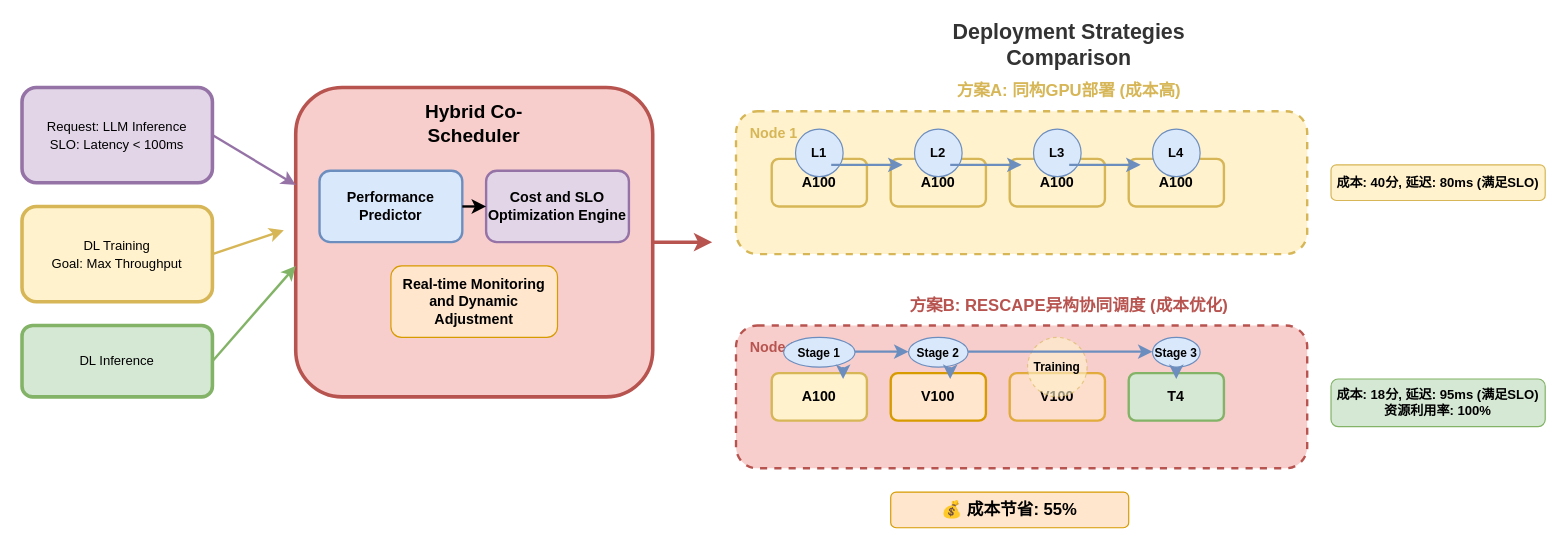
Above: drawio_figs/buaa_proposal/研究技术路线1.4.drawio in Jinghao-coding/paperstudy (draw.io), before the change. Source tidied: cells renumbered, new cells numbered last; positions are measured from the earlier drawing's top-left corner, leaving out a move shared by most shapes. Both pictures are drawn from the tidied source at 119%, with x=0, y=0 at pixel (21, 27).
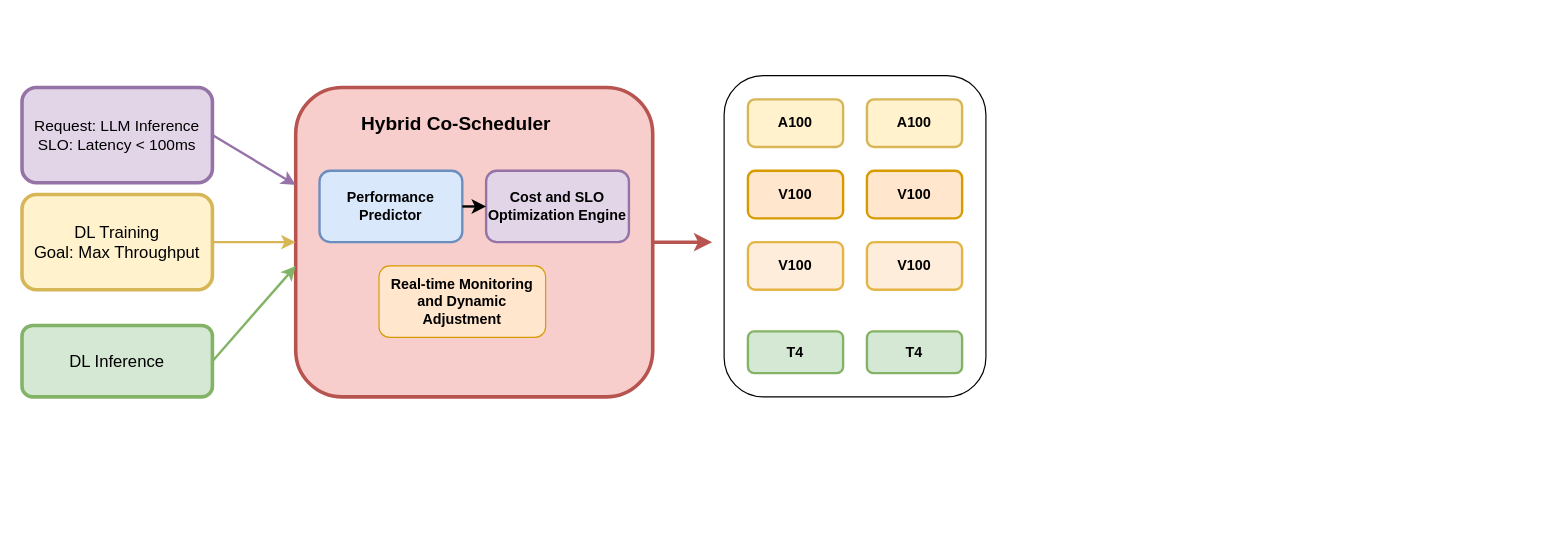
After the change.

Commit message:
已添加 研究技术路线1.4.drawio

Change to the diagram source:
```diff
@@
+    <mxCell id="49" style="rounded=1;whiteSpace=wrap;html=1;" parent="1" vertex="1">
+      <mxGeometry x="590" y="40" width="220" height="270" as="geometry" />
+    </mxCell>
-    <mxCell id="2" value="&lt;span style=&quot;font-size: 11px; text-align: left;&quot;&gt;Request: LLM Inference&lt;/span&gt;&lt;br style=&quot;font-size: 11px; text-align: left;&quot;&gt;&lt;span style=&quot;font-size: 11px; text-align: left;&quot;&gt;SLO: Latency &amp;lt; 100ms&lt;/span&gt;" style="rounded=1;whiteSpace=wrap;html=1;fillColor=#e1d5e7;strokeColor=#9673a6;strokeWidth=3;" parent="1" vertex="1">
+    <mxCell id="2" value="&lt;font style=&quot;font-size: 13px;&quot;&gt;&lt;span style=&quot;text-align: left;&quot;&gt;Request: LLM Inference&lt;/span&gt;&lt;br style=&quot;text-align: left;&quot;&gt;&lt;span style=&quot;text-align: left;&quot;&gt;SLO: Latency &amp;lt; 100ms&lt;/span&gt;&lt;/font&gt;" style="rounded=1;whiteSpace=wrap;html=1;fillColor=#e1d5e7;strokeColor=#9673a6;strokeWidth=3;" parent="1" vertex="1">
       <mxGeometry y="50" width="160" height="80" as="geometry" />
     </mxCell>
-    <mxCell id="3" value="&lt;span style=&quot;font-size: 11px; text-align: left;&quot;&gt;DL Training&lt;/span&gt;&lt;br style=&quot;font-size: 11px; text-align: left;&quot;&gt;&lt;span style=&quot;font-size: 11px; text-align: left;&quot;&gt;Goal: Max Throughput&lt;/span&gt;" style="rounded=1;whiteSpace=wrap;html=1;fillColor=#fff2cc;strokeColor=#d6b656;strokeWidth=3;" parent="1" vertex="1">
-      <mxGeometry y="150" width="160" height="80" as="geometry" />
+    <mxCell id="3" value="&lt;font style=&quot;font-size: 14px;&quot;&gt;&lt;span style=&quot;text-align: left;&quot;&gt;DL Training&lt;/span&gt;&lt;br style=&quot;text-align: left;&quot;&gt;&lt;span style=&quot;text-align: left;&quot;&gt;Goal: Max Throughput&lt;/span&gt;&lt;/font&gt;" style="rounded=1;whiteSpace=wrap;html=1;fillColor=#fff2cc;strokeColor=#d6b656;strokeWidth=3;" parent="1" vertex="1">
+      <mxGeometry y="140" width="160" height="80" as="geometry" />
     </mxCell>
-    <mxCell id="4" value="&lt;span style=&quot;font-size: 11px; text-align: left;&quot;&gt;DL Inference&lt;/span&gt;" style="rounded=1;whiteSpace=wrap;html=1;fillColor=#d5e8d4;strokeColor=#82b366;strokeWidth=3;" parent="1" vertex="1">
+    <mxCell id="4" value="&lt;span style=&quot;text-align: left;&quot;&gt;&lt;font style=&quot;font-size: 14px;&quot;&gt;DL Inference&lt;/font&gt;&lt;/span&gt;" style="rounded=1;whiteSpace=wrap;html=1;fillColor=#d5e8d4;strokeColor=#82b366;strokeWidth=3;" parent="1" vertex="1">
       <mxGeometry y="250" width="160" height="60" as="geometry" />
     </mxCell>
-    <mxCell id="5" style="rounded=1;whiteSpace=wrap;html=1;fillColor=#f8cecc;strokeColor=#b85450;strokeWidth=3;" parent="1" vertex="1">
-      <mxGeometry x="230" y="50" width="300" height="260" as="geometry" />
-    </mxCell>
+    <mxCell id="50" style="rounded=1;whiteSpace=wrap;html=1;fillColor=#f8cecc;strokeColor=#b85450;strokeWidth=3;" parent="1" vertex="1">
+      <mxGeometry x="230" y="50" width="300" height="260" as="geometry" />
+    </mxCell>
     <mxCell id="6" value="Hybrid Co-Scheduler" style="text;html=1;strokeColor=none;fillColor=none;align=center;verticalAlign=middle;whiteSpace=wrap;rounded=0;fontSize=16;fontStyle=1;" parent="1" vertex="1">
-      <mxGeometry x="300" y="60" width="160" height="40" as="geometry" />
+      <mxGeometry x="270" y="60" width="190" height="40" as="geometry" />
     </mxCell>
@@
-    <mxCell id="10" style="endArrow=classic;html=1;rounded=0;exitX=1;exitY=0.5;exitDx=0;exitDy=0;strokeWidth=2;strokeColor=#9673a6;" parent="1" edge="1" source="2">
-      <mxGeometry relative="1" as="geometry">
-        <mxPoint x="230" y="132" as="targetPoint" />
-      </mxGeometry>
-    </mxCell>
-    <mxCell id="11" style="endArrow=classic;html=1;rounded=0;exitX=1;exitY=0.5;exitDx=0;exitDy=0;strokeWidth=2;strokeColor=#d6b656;" parent="1" edge="1" source="3">
-      <mxGeometry relative="1" as="geometry">
-        <mxPoint x="220" y="170" as="targetPoint" />
-      </mxGeometry>
-    </mxCell>
-    <mxCell id="12" style="endArrow=classic;html=1;rounded=0;exitX=1;exitY=0.5;exitDx=0;exitDy=0;strokeWidth=2;strokeColor=#82b366;" parent="1" edge="1" source="4">
-      <mxGeometry relative="1" as="geometry">
-        <mxPoint x="230" y="200" as="targetPoint" />
-      </mxGeometry>
-    </mxCell>
+    <mxCell id="51" style="endArrow=classic;html=1;rounded=0;exitX=1;exitY=0.5;exitDx=0;exitDy=0;strokeWidth=2;strokeColor=#9673a6;" parent="1" edge="1" source="2">
+      <mxGeometry relative="1" as="geometry">
+        <mxPoint x="230" y="132" as="targetPoint" />
+      </mxGeometry>
+    </mxCell>
+    <mxCell id="52" style="endArrow=classic;html=1;rounded=0;exitX=1;exitY=0.5;exitDx=0;exitDy=0;strokeWidth=2;strokeColor=#d6b656;entryX=0;entryY=0.5;entryDx=0;entryDy=0;" parent="1" edge="1" source="3" target="50">
+      <mxGeometry relative="1" as="geometry" />
+    </mxCell>
+    <mxCell id="53" style="endArrow=classic;html=1;rounded=0;exitX=1;exitY=0.5;exitDx=0;exitDy=0;strokeWidth=2;strokeColor=#82b366;" parent="1" edge="1" source="4">
+      <mxGeometry relative="1" as="geometry">
+        <mxPoint x="230" y="200" as="targetPoint" />
+      </mxGeometry>
+    </mxCell>
     <mxCell id="13" value="Real-time Monitoring and Dynamic Adjustment" style="text;html=1;strokeColor=#d79b00;fillColor=#ffe6cc;align=center;verticalAlign=middle;whiteSpace=wrap;rounded=1;fontSize=12;fontStyle=1;" parent="1" vertex="1">
-      <mxGeometry x="310" y="200" width="140" height="60" as="geometry" />
+      <mxGeometry x="300" y="200" width="140" height="60" as="geometry" />
     </mxCell>
-    <mxCell id="14" style="endArrow=classic;html=1;rounded=0;exitX=1;exitY=0.5;exitDx=0;exitDy=0;strokeWidth=3;strokeColor=#b85450;" parent="1" edge="1" source="5">
-      <mxGeometry relative="1" as="geometry">
-        <mxPoint x="580" y="180" as="targetPoint" />
-      </mxGeometry>
-    </mxCell>
-    <mxCell id="15" value="Deployment Strategies Comparison" style="text;html=1;strokeColor=none;fillColor=none;align=center;verticalAlign=middle;whiteSpace=wrap;rounded=0;fontSize=18;fontStyle=1;fontColor=#333333;" parent="1" vertex="1">
-      <mxGeometry x="730" width="300" height="30" as="geometry" />
-    </mxCell>
-    <mxCell id="16" value="方案A: 同构GPU部署 (成本高)" style="text;html=1;strokeColor=none;fillColor=none;align=center;verticalAlign=middle;whiteSpace=wrap;rounded=0;fontSize=14;fontStyle=1;fontColor=#D6B656;" parent="1" vertex="1">
-      <mxGeometry x="730" y="40" width="300" height="25" as="geometry" />
-    </mxCell>
-    <mxCell id="17" style="rounded=1;whiteSpace=wrap;html=1;fillColor=#fff2cc;strokeColor=#d6b656;strokeWidth=2;dashed=1;" parent="1" vertex="1">
-      <mxGeometry x="600" y="70" width="480" height="120" as="geometry" />
-    </mxCell>
-    <mxCell id="18" value="Node 1" style="text;html=1;strokeColor=none;fillColor=none;align=left;verticalAlign=top;whiteSpace=wrap;rounded=0;fontSize=12;fontStyle=1;fontColor=#D6B656;" parent="1" vertex="1">
-      <mxGeometry x="610" y="75" width="50" height="20" as="geometry" />
-    </mxCell>
-    <mxCell id="19" value="A100" style="rounded=1;whiteSpace=wrap;html=1;fillColor=#fff2cc;strokeColor=#d6b656;fontSize=12;fontStyle=1;strokeWidth=2;" parent="1" vertex="1">
-      <mxGeometry x="630" y="110" width="80" height="40" as="geometry" />
-    </mxCell>
-    <mxCell id="20" value="A100" style="rounded=1;whiteSpace=wrap;html=1;fillColor=#fff2cc;strokeColor=#d6b656;fontSize=12;fontStyle=1;strokeWidth=2;" parent="1" vertex="1">
-      <mxGeometry x="730" y="110" width="80" height="40" as="geometry" />
-    </mxCell>
-    <mxCell id="21" value="A100" style="rounded=1;whiteSpace=wrap;html=1;fillColor=#fff2cc;strokeColor=#d6b656;fontSize=12;fontStyle=1;strokeWidth=2;" parent="1" vertex="1">
-      <mxGeometry x="830" y="110" width="80" height="40" as="geometry" />
-    </mxCell>
-    <mxCell id="22" value="A100" style="rounded=1;whiteSpace=wrap;html=1;fillColor=#fff2cc;strokeColor=#d6b656;fontSize=12;fontStyle=1;strokeWidth=2;" parent="1" vertex="1">
-      <mxGeometry x="930" y="110" width="80" height="40" as="geometry" />
-    </mxCell>
-    <mxCell id="23" value="L1" style="ellipse;whiteSpace=wrap;html=1;fillColor=#dae8fc;strokeColor=#6c8ebf;fontSize=11;fontStyle=1;" parent="1" vertex="1">
-      <mxGeometry x="650" y="85" width="40" height="40" as="geometry" />
-    </mxCell>
-    <mxCell id="24" value="L2" style="ellipse;whiteSpace=wrap;html=1;fillColor=#dae8fc;strokeColor=#6c8ebf;fontSize=11;fontStyle=1;" parent="1" vertex="1">
-      <mxGeometry x="750" y="85" width="40" height="40" as="geometry" />
-    </mxCell>
-    <mxCell id="25" value="L3" style="ellipse;whiteSpace=wrap;html=1;fillColor=#dae8fc;strokeColor=#6c8ebf;fontSize=11;fontStyle=1;" parent="1" vertex="1">
-      <mxGeometry x="850" y="85" width="40" height="40" as="geometry" />
-    </mxCell>
-    <mxCell id="26" value="L4" style="ellipse;whiteSpace=wrap;html=1;fillColor=#dae8fc;strokeColor=#6c8ebf;fontSize=11;fontStyle=1;" parent="1" vertex="1">
-      <mxGeometry x="950" y="85" width="40" height="40" as="geometry" />
-    </mxCell>
-    <mxCell id="27" style="endArrow=classic;html=1;rounded=0;strokeWidth=2;strokeColor=#6c8ebf;" parent="1" edge="1">
-      <mxGeometry relative="1" as="geometry">
-        <mxPoint x="680" y="115" as="sourcePoint" />
-        <mxPoint x="740" y="115" as="targetPoint" />
-      </mxGeometry>
-    </mxCell>
-    <mxCell id="28" style="endArrow=classic;html=1;rounded=0;strokeWidth=2;strokeColor=#6c8ebf;" parent="1" edge="1">
-      <mxGeometry relative="1" as="geometry">
-        <mxPoint x="780" y="115" as="sourcePoint" />
-        <mxPoint x="840" y="115" as="targetPoint" />
-      </mxGeometry>
-    </mxCell>
-    <mxCell id="29" style="endArrow=classic;html=1;rounded=0;strokeWidth=2;strokeColor=#6c8ebf;" parent="1" edge="1">
-      <mxGeometry relative="1" as="geometry">
-        <mxPoint x="880" y="115" as="sourcePoint" />
-        <mxPoint x="940" y="115" as="targetPoint" />
-      </mxGeometry>
-    </mxCell>
-    <mxCell id="30" value="成本: 40分, 延迟: 80ms (满足SLO)" style="text;html=1;strokeColor=#d6b656;fillColor=#fff2cc;align=center;verticalAlign=middle;whiteSpace=wrap;rounded=1;fontSize=11;fontStyle=1;" parent="1" vertex="1">
-      <mxGeometry x="1100" y="115" width="180" height="30" as="geometry" />
-    </mxCell>
-    <mxCell id="31" value="方案B: RESCAPE异构协同调度 (成本优化)" style="text;html=1;strokeColor=none;fillColor=none;align=center;verticalAlign=middle;whiteSpace=wrap;rounded=0;fontSize=14;fontStyle=1;fontColor=#B85450;" parent="1" vertex="1">
-      <mxGeometry x="730" y="220" width="300" height="25" as="geometry" />
-    </mxCell>
-    <mxCell id="32" style="rounded=1;whiteSpace=wrap;html=1;fillColor=#f8cecc;strokeColor=#b85450;strokeWidth=2;dashed=1;" parent="1" vertex="1">
-      <mxGeometry x="600" y="250" width="480" height="120" as="geometry" />
-    </mxCell>
-    <mxCell id="33" value="Node 2" style="text;html=1;strokeColor=none;fillColor=none;align=left;verticalAlign=top;whiteSpace=wrap;rounded=0;fontSize=12;fontStyle=1;fontColor=#B85450;" parent="1" vertex="1">
-      <mxGeometry x="610" y="255" width="50" height="20" as="geometry" />
-    </mxCell>
-    <mxCell id="34" value="A100" style="rounded=1;whiteSpace=wrap;html=1;fillColor=#fff2cc;strokeColor=#d6b656;fontSize=12;fontStyle=1;strokeWidth=2;" parent="1" vertex="1">
-      <mxGeometry x="630" y="290" width="80" height="40" as="geometry" />
-    </mxCell>
-    <mxCell id="35" value="V100" style="rounded=1;whiteSpace=wrap;html=1;fillColor=#ffe6cc;strokeColor=#d79b00;fontSize=12;fontStyle=1;strokeWidth=2;" parent="1" vertex="1">
-      <mxGeometry x="730" y="290" width="80" height="40" as="geometry" />
-    </mxCell>
-    <mxCell id="36" value="V100" style="rounded=1;whiteSpace=wrap;html=1;fillColor=#ffe6cc;strokeColor=#d79b00;fontSize=12;fontStyle=1;strokeWidth=2;opacity=70;" parent="1" vertex="1">
-      <mxGeometry x="830" y="290" width="80" height="40" as="geometry" />
-    </mxCell>
-    <mxCell id="37" value="T4" style="rounded=1;whiteSpace=wrap;html=1;fillColor=#d5e8d4;strokeColor=#82b366;fontSize=12;fontStyle=1;strokeWidth=2;" parent="1" vertex="1">
-      <mxGeometry x="930" y="290" width="80" height="40" as="geometry" />
-    </mxCell>
-    <mxCell id="38" value="Stage 1" style="ellipse;whiteSpace=wrap;html=1;fillColor=#dae8fc;strokeColor=#6c8ebf;fontSize=10;fontStyle=1;" parent="1" vertex="1">
-      <mxGeometry x="640" y="260" width="60" height="25" as="geometry" />
-    </mxCell>
-    <mxCell id="39" value="Stage 2" style="ellipse;whiteSpace=wrap;html=1;fillColor=#dae8fc;strokeColor=#6c8ebf;fontSize=10;fontStyle=1;" parent="1" vertex="1">
-      <mxGeometry x="745" y="260" width="50" height="25" as="geometry" />
-    </mxCell>
-    <mxCell id="40" value="Stage 3" style="ellipse;whiteSpace=wrap;html=1;fillColor=#dae8fc;strokeColor=#6c8ebf;fontSize=10;fontStyle=1;" parent="1" vertex="1">
-      <mxGeometry x="950" y="260" width="40" height="25" as="geometry" />
-    </mxCell>
-    <mxCell id="41" value="Training" style="ellipse;whiteSpace=wrap;html=1;fillColor=#fff2cc;strokeColor=#d6b656;fontSize=10;fontStyle=1;opacity=60;dashed=1;" parent="1" vertex="1">
-      <mxGeometry x="845" y="260" width="50" height="50" as="geometry" />
-    </mxCell>
-    <mxCell id="42" style="endArrow=classic;html=1;rounded=0;strokeWidth=2;strokeColor=#6c8ebf;" parent="1" edge="1">
-      <mxGeometry relative="1" as="geometry">
-        <mxPoint x="690" y="285" as="sourcePoint" />
-        <mxPoint x="690" y="295" as="targetPoint" />
-      </mxGeometry>
-    </mxCell>
-    <mxCell id="43" style="endArrow=classic;html=1;rounded=0;strokeWidth=2;strokeColor=#6c8ebf;" parent="1" edge="1">
-      <mxGeometry relative="1" as="geometry">
-        <mxPoint x="780" y="285" as="sourcePoint" />
-        <mxPoint x="780" y="295" as="targetPoint" />
-      </mxGeometry>
-    </mxCell>
-    <mxCell id="44" style="endArrow=classic;html=1;rounded=0;strokeWidth=2;strokeColor=#6c8ebf;" parent="1" edge="1">
-      <mxGeometry relative="1" as="geometry">
-        <mxPoint x="970" y="285" as="sourcePoint" />
-        <mxPoint x="970" y="295" as="targetPoint" />
-      </mxGeometry>
-    </mxCell>
-    <mxCell id="45" style="endArrow=classic;html=1;rounded=0;strokeWidth=2;strokeColor=#6c8ebf;" parent="1" edge="1">
-      <mxGeometry relative="1" as="geometry">
-        <mxPoint x="700" y="272" as="sourcePoint" />
-        <mxPoint x="745" y="272" as="targetPoint" />
-      </mxGeometry>
-    </mxCell>
-    <mxCell id="46" style="endArrow=classic;html=1;rounded=0;strokeWidth=2;strokeColor=#6c8ebf;" parent="1" edge="1">
-      <mxGeometry relative="1" as="geometry">
-        <mxPoint x="795" y="272" as="sourcePoint" />
-        <mxPoint x="950" y="272" as="targetPoint" />
-      </mxGeometry>
-    </mxCell>
-    <mxCell id="47" value="成本: 18分, 延迟: 95ms (满足SLO)&#10;资源利用率: 100%" style="text;html=1;strokeColor=#82b366;fillColor=#d5e8d4;align=center;verticalAlign=middle;whiteSpace=wrap;rounded=1;fontSize=11;fontStyle=1;" parent="1" vertex="1">
-      <mxGeometry x="1100" y="295" width="180" height="40" as="geometry" />
-    </mxCell>
-    <mxCell id="48" value="💰 成本节省: 55%" style="text;html=1;strokeColor=#d79b00;fillColor=#ffe6cc;align=center;verticalAlign=middle;whiteSpace=wrap;rounded=1;fontSize=14;fontStyle=1;" parent="1" vertex="1">
-      <mxGeometry x="730" y="390" width="200" height="30" as="geometry" />
-    </mxCell>
+    <mxCell id="54" style="endArrow=classic;html=1;rounded=0;exitX=1;exitY=0.5;exitDx=0;exitDy=0;strokeWidth=3;strokeColor=#b85450;" parent="1" edge="1" source="50">
+      <mxGeometry relative="1" as="geometry">
+        <mxPoint x="580" y="180" as="targetPoint" />
+      </mxGeometry>
+    </mxCell>
+    <mxCell id="55" value="A100" style="rounded=1;whiteSpace=wrap;html=1;fillColor=#fff2cc;strokeColor=#d6b656;fontSize=12;fontStyle=1;strokeWidth=2;" parent="1" vertex="1">
+      <mxGeometry x="610" y="60" width="80" height="40" as="geometry" />
+    </mxCell>
+    <mxCell id="56" value="V100" style="rounded=1;whiteSpace=wrap;html=1;fillColor=#ffe6cc;strokeColor=#d79b00;fontSize=12;fontStyle=1;strokeWidth=2;" parent="1" vertex="1">
+      <mxGeometry x="610" y="120" width="80" height="40" as="geometry" />
+    </mxCell>
+    <mxCell id="57" value="V100" style="rounded=1;whiteSpace=wrap;html=1;fillColor=#ffe6cc;strokeColor=#d79b00;fontSize=12;fontStyle=1;strokeWidth=2;opacity=70;" parent="1" vertex="1">
+      <mxGeometry x="610" y="180" width="80" height="40" as="geometry" />
+    </mxCell>
+    <mxCell id="58" value="T4" style="rounded=1;whiteSpace=wrap;html=1;fillColor=#d5e8d4;strokeColor=#82b366;fontSize=12;fontStyle=1;strokeWidth=2;" parent="1" vertex="1">
+      <mxGeometry x="610" y="255" width="80" height="35" as="geometry" />
+    </mxCell>
+    <mxCell id="59" value="A100" style="rounded=1;whiteSpace=wrap;html=1;fillColor=#fff2cc;strokeColor=#d6b656;fontSize=12;fontStyle=1;strokeWidth=2;" parent="1" vertex="1">
+      <mxGeometry x="710" y="60" width="80" height="40" as="geometry" />
+    </mxCell>
+    <mxCell id="60" value="V100" style="rounded=1;whiteSpace=wrap;html=1;fillColor=#ffe6cc;strokeColor=#d79b00;fontSize=12;fontStyle=1;strokeWidth=2;" parent="1" vertex="1">
+      <mxGeometry x="710" y="120" width="80" height="40" as="geometry" />
+    </mxCell>
+    <mxCell id="61" value="V100" style="rounded=1;whiteSpace=wrap;html=1;fillColor=#ffe6cc;strokeColor=#d79b00;fontSize=12;fontStyle=1;strokeWidth=2;opacity=70;" parent="1" vertex="1">
+      <mxGeometry x="710" y="180" width="80" height="40" as="geometry" />
+    </mxCell>
+    <mxCell id="62" value="T4" style="rounded=1;whiteSpace=wrap;html=1;fillColor=#d5e8d4;strokeColor=#82b366;fontSize=12;fontStyle=1;strokeWidth=2;" parent="1" vertex="1">
+      <mxGeometry x="710" y="255" width="80" height="35" as="geometry" />
+    </mxCell>
```
